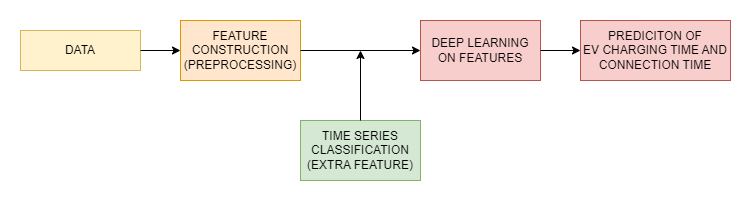
Above: Simple.drawio.png in Ottoguy/masters (draw.io), before the change. Source tidied: cells renumbered, new cells last; positions are measured from the earlier drawing's top-left corner, leaving out a move shared by most shapes. The source it was exported from:
```xml
<mxGraphModel>
  <root>
    <mxCell id="0" />
    <mxCell id="1" parent="0" />
    <mxCell id="2" value="DATA" style="rounded=0;whiteSpace=wrap;html=1;fillColor=#fff2cc;strokeColor=#d6b656;" parent="1" vertex="1">
      <mxGeometry y="10" width="120" height="40" as="geometry" />
    </mxCell>
    <mxCell id="3" style="endArrow=classic;html=1;rounded=0;exitX=1;exitY=0.5;exitDx=0;exitDy=0;" parent="1" edge="1" source="2" target="4">
      <mxGeometry relative="1" as="geometry" />
    </mxCell>
    <mxCell id="4" value="FEATURE CONSTRUCTION (PREPROCESSING)" style="rounded=0;whiteSpace=wrap;html=1;fillColor=#ffe6cc;strokeColor=#d79b00;" parent="1" vertex="1">
      <mxGeometry x="160" width="120" height="60" as="geometry" />
    </mxCell>
    <mxCell id="5" value="DEEP LEARNING ON FEATURES" style="rounded=0;whiteSpace=wrap;html=1;fillColor=#f8cecc;strokeColor=#b85450;" parent="1" vertex="1">
      <mxGeometry x="400" width="120" height="60" as="geometry" />
    </mxCell>
    <mxCell id="6" value="PREDICITON OF&lt;div&gt;EV CHARGING TIME AND CONNECTION TIME&lt;/div&gt;" style="rounded=0;whiteSpace=wrap;html=1;fillColor=#f8cecc;strokeColor=#b85450;" parent="1" vertex="1">
      <mxGeometry x="560" width="150" height="60" as="geometry" />
    </mxCell>
    <mxCell id="7" style="endArrow=classic;html=1;rounded=0;entryX=0;entryY=0.5;entryDx=0;entryDy=0;exitX=1;exitY=0.5;exitDx=0;exitDy=0;" parent="1" edge="1" source="5" target="6">
      <mxGeometry relative="1" as="geometry" />
    </mxCell>
    <mxCell id="8" value="TIME SERIES CLASSIFICATION (EXTRA FEATURE)" style="rounded=0;whiteSpace=wrap;html=1;fillColor=#d5e8d4;strokeColor=#82b366;" parent="1" vertex="1">
      <mxGeometry x="280" y="100" width="120" height="60" as="geometry" />
    </mxCell>
    <mxCell id="9" style="endArrow=classic;html=1;rounded=0;exitX=0.5;exitY=0;exitDx=0;exitDy=0;" parent="1" edge="1" source="8">
      <mxGeometry relative="1" as="geometry">
        <mxPoint x="340" y="30" as="targetPoint" />
      </mxGeometry>
    </mxCell>
    <mxCell id="10" style="endArrow=classic;html=1;rounded=0;exitX=1;exitY=0.5;exitDx=0;exitDy=0;entryX=0;entryY=0.5;entryDx=0;entryDy=0;" parent="1" edge="1" source="4" target="5">
      <mxGeometry relative="1" as="geometry" />
    </mxCell>
  </root>
</mxGraphModel>
```
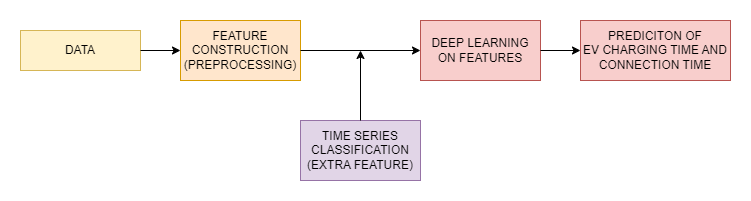
The same diagram one commit later.

Change to the diagram source:
```diff
@@ -20,7 +20,7 @@
     <mxCell id="7" style="endArrow=classic;html=1;rounded=0;entryX=0;entryY=0.5;entryDx=0;entryDy=0;exitX=1;exitY=0.5;exitDx=0;exitDy=0;" parent="1" edge="1" source="5" target="6">
       <mxGeometry relative="1" as="geometry" />
     </mxCell>
-    <mxCell id="8" value="TIME SERIES CLASSIFICATION (EXTRA FEATURE)" style="rounded=0;whiteSpace=wrap;html=1;fillColor=#d5e8d4;strokeColor=#82b366;" parent="1" vertex="1">
+    <mxCell id="8" value="TIME SERIES CLASSIFICATION (EXTRA FEATURE)" style="rounded=0;whiteSpace=wrap;html=1;fillColor=#e1d5e7;strokeColor=#9673a6;" parent="1" vertex="1">
       <mxGeometry x="280" y="100" width="120" height="60" as="geometry" />
     </mxCell>
     <mxCell id="9" style="endArrow=classic;html=1;rounded=0;exitX=0.5;exitY=0;exitDx=0;exitDy=0;" parent="1" edge="1" source="8">
```
